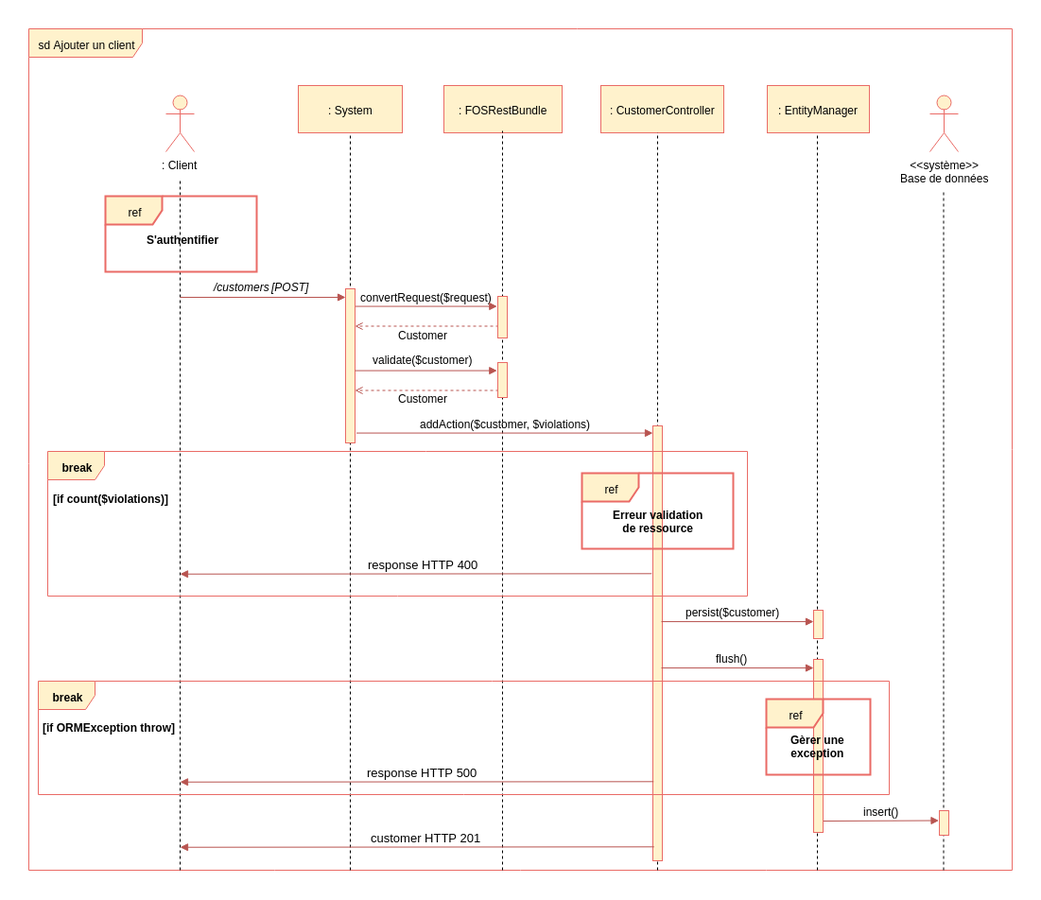
This is Diagrammes/Ajouter_client.png from Thibok/Bilemo, a draw.io export, as it was before one commit. Source tidied: cells renumbered, new cells last; positions are measured from the earlier drawing's top-left corner, leaving out a move shared by most shapes.
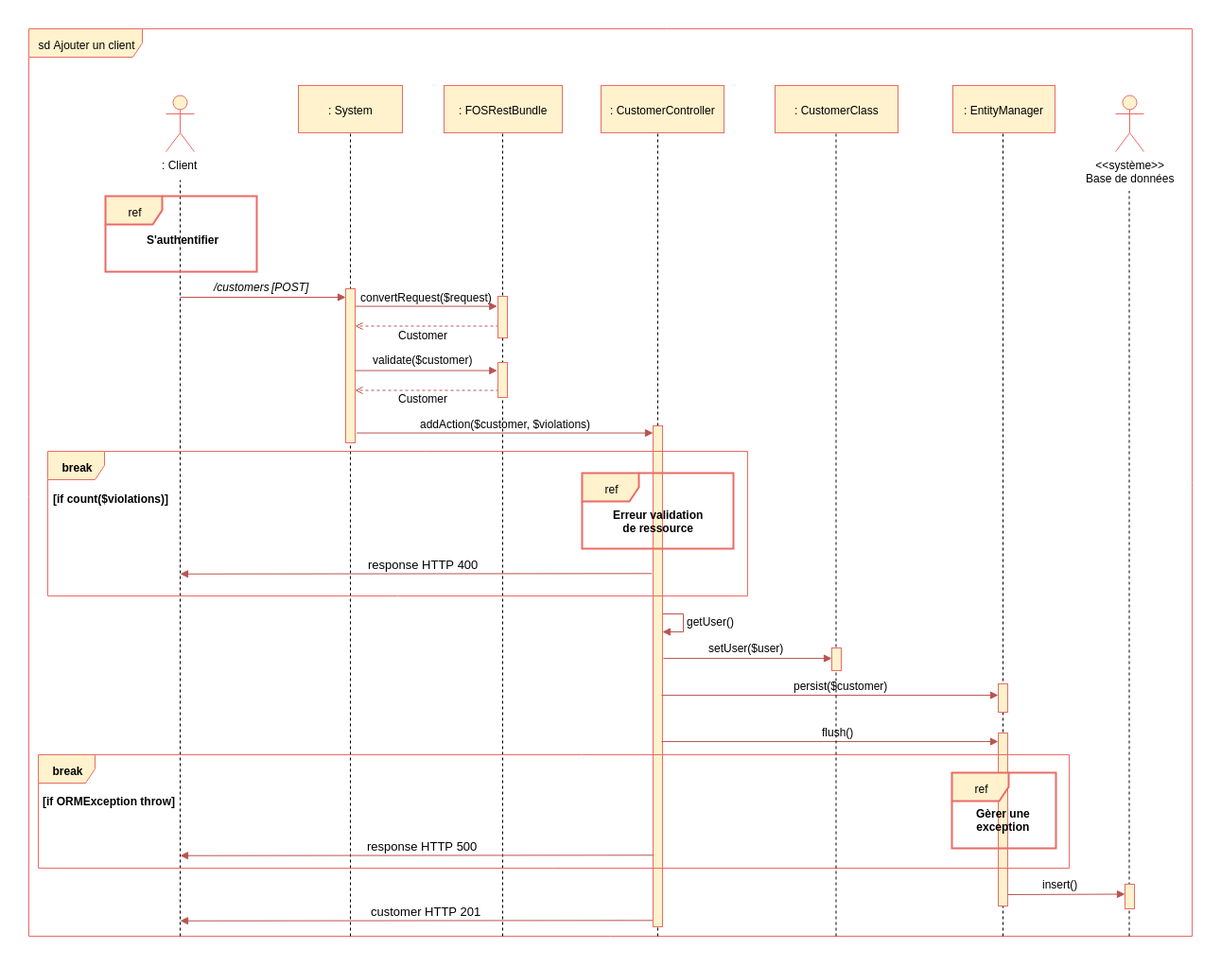
The same diagram one commit later.

Change to the diagram source:
```diff
@@ -2,42 +2,59 @@
   <root>
     <mxCell id="0" />
     <mxCell id="1" parent="0" />
+    <mxCell id="53" style="endArrow=block;html=1;endFill=1;fillColor=#f8cecc;strokeColor=#b85450;exitX=0.178;exitY=0.982;exitPerimeter=0;" parent="1" edge="1">
+      <mxGeometry relative="1" as="geometry">
+        <mxPoint x="661.3" y="943.3" as="sourcePoint" />
+        <mxPoint x="160" y="943.7" as="targetPoint" />
+      </mxGeometry>
+    </mxCell>
+    <mxCell id="57" style="endArrow=block;html=1;endFill=1;fillColor=#f8cecc;strokeColor=#b85450;edgeStyle=orthogonalEdgeStyle;rounded=0;entryX=0.91;entryY=0.18;entryDx=0;entryDy=0;entryPerimeter=0;" parent="1" edge="1">
+      <mxGeometry relative="1" as="geometry">
+        <mxPoint x="669.5" y="610" as="sourcePoint" />
+        <mxPoint x="669.5" y="638" as="targetPoint" />
+        <Array as="points">
+          <mxPoint x="669.5" y="619.4" />
+          <mxPoint x="691.5" y="619.4" />
+          <mxPoint x="691.5" y="638.4" />
+        </Array>
+      </mxGeometry>
+    </mxCell>
     <mxCell id="2" value="sd Ajouter un client" style="shape=umlFrame;whiteSpace=wrap;html=1;width=120;height=30;fillColor=#fff2cc;strokeColor=#EA6B66;" parent="1" vertex="1">
-      <mxGeometry width="1040" height="890" as="geometry" />
+      <mxGeometry width="1230" height="960" as="geometry" />
     </mxCell>
     <mxCell id="3" style="endArrow=none;dashed=1;html=1;entryX=0.5;entryY=1;" parent="1" edge="1">
       <mxGeometry relative="1" as="geometry">
-        <mxPoint x="834" y="890" as="sourcePoint" />
-        <mxPoint x="834" y="102.8" as="targetPoint" />
+        <mxPoint x="1030" y="960" as="sourcePoint" />
+        <mxPoint x="1030" y="102.8" as="targetPoint" />
       </mxGeometry>
     </mxCell>
     <mxCell id="4" style="endArrow=none;dashed=1;html=1;" parent="1" edge="1">
       <mxGeometry relative="1" as="geometry">
-        <mxPoint x="967.5" y="890" as="sourcePoint" />
-        <mxPoint x="967.5" y="171.5" as="targetPoint" />
+        <mxPoint x="1163.5" y="960" as="sourcePoint" />
+        <mxPoint x="1163.5" y="171.5" as="targetPoint" />
       </mxGeometry>
     </mxCell>
     <mxCell id="5" style="endArrow=block;html=1;endFill=1;fillColor=#f8cecc;strokeColor=#b85450;" parent="1" edge="1">
       <mxGeometry relative="1" as="geometry">
-        <mxPoint x="840" y="838" as="sourcePoint" />
-        <mxPoint x="962.5" y="837.5" as="targetPoint" />
+        <mxPoint x="1030" y="916" as="sourcePoint" />
+        <mxPoint x="1159" y="915.5" as="targetPoint" />
       </mxGeometry>
     </mxCell>
     <mxCell id="6" value=": Client" style="shape=umlActor;verticalLabelPosition=bottom;labelBackgroundColor=#ffffff;verticalAlign=top;html=1;fillColor=#fff2cc;strokeColor=#EA6B66;" parent="1" vertex="1">
       <mxGeometry x="145" y="70" width="30" height="60" as="geometry" />
     </mxCell>
     <mxCell id="7" value="&amp;lt;&amp;lt;système&amp;gt;&amp;gt;&lt;br&gt;Base de données&lt;br&gt;" style="shape=umlActor;verticalLabelPosition=bottom;labelBackgroundColor=#ffffff;verticalAlign=top;html=1;fillColor=#fff2cc;strokeColor=#EA6B66;" parent="1" vertex="1">
-      <mxGeometry x="953" y="70" width="30" height="60" as="geometry" />
+      <mxGeometry x="1149" y="70" width="30" height="60" as="geometry" />
     </mxCell>
     <mxCell id="8" style="endArrow=none;dashed=1;html=1;" parent="1" edge="1">
       <mxGeometry relative="1" as="geometry">
-        <mxPoint x="160" y="890" as="sourcePoint" />
+        <mxPoint x="160" y="960" as="sourcePoint" />
         <mxPoint x="160" y="160" as="targetPoint" />
       </mxGeometry>
     </mxCell>
     <mxCell id="9" style="endArrow=none;dashed=1;html=1;entryX=0.5;entryY=1;exitX=0.183;exitY=1.001;exitPerimeter=0;" parent="1" edge="1">
       <mxGeometry relative="1" as="geometry">
-        <mxPoint x="340" y="890" as="sourcePoint" />
+        <mxPoint x="340" y="960" as="sourcePoint" />
         <mxPoint x="340" y="102.8" as="targetPoint" />
       </mxGeometry>
     </mxCell>
@@ -61,7 +78,7 @@
     </mxCell>
     <mxCell id="15" style="endArrow=none;dashed=1;html=1;entryX=0.5;entryY=1;" parent="1" edge="1">
       <mxGeometry relative="1" as="geometry">
-        <mxPoint x="501" y="890" as="sourcePoint" />
+        <mxPoint x="501" y="960" as="sourcePoint" />
         <mxPoint x="501" y="108" as="targetPoint" />
       </mxGeometry>
     </mxCell>
@@ -70,7 +87,7 @@
     </mxCell>
     <mxCell id="17" style="endArrow=none;dashed=1;html=1;entryX=0.5;entryY=1;" parent="1" edge="1">
       <mxGeometry relative="1" as="geometry">
-        <mxPoint x="665" y="890" as="sourcePoint" />
+        <mxPoint x="665" y="960" as="sourcePoint" />
         <mxPoint x="665" y="109.8" as="targetPoint" />
       </mxGeometry>
     </mxCell>
@@ -90,10 +107,10 @@
       <mxGeometry x="496" y="283" width="10" height="44" as="geometry" />
     </mxCell>
     <mxCell id="21" style="html=1;perimeter=orthogonalPerimeter;fillColor=#fff2cc;strokeColor=#EA6B66;" parent="1" vertex="1">
-      <mxGeometry x="963" y="827" width="10" height="26" as="geometry" />
+      <mxGeometry x="1159" y="905" width="10" height="26" as="geometry" />
     </mxCell>
     <mxCell id="22" value="insert()" style="text;html=1;align=left;verticalAlign=top;spacingTop=-4;fontColor=#000000;" parent="1" vertex="1">
-      <mxGeometry x="881" y="819" width="50" height="20" as="geometry" />
+      <mxGeometry x="1070" y="896" width="50" height="20" as="geometry" />
     </mxCell>
     <mxCell id="23" value="ref" style="shape=umlFrame;whiteSpace=wrap;html=1;fillColor=#fff2cc;strokeColor=#EA6B66;strokeWidth=2;" parent="1" vertex="1">
       <mxGeometry x="81" y="177" width="160" height="80" as="geometry" />
@@ -105,13 +122,13 @@
       <mxGeometry x="255" y="264" width="50" height="10" as="geometry" />
     </mxCell>
     <mxCell id="26" value="[if ORMException throw]" style="text;html=1;align=left;verticalAlign=top;spacingTop=-4;fontStyle=1;" parent="1" vertex="1">
-      <mxGeometry x="13" y="729.5" width="140" height="20" as="geometry" />
+      <mxGeometry x="13" y="807.5" width="140" height="20" as="geometry" />
     </mxCell>
     <mxCell id="27" value=": System" style="html=1;fillColor=#fff2cc;strokeColor=#EA6B66;" parent="1" vertex="1">
       <mxGeometry x="285" y="60" width="110" height="50" as="geometry" />
     </mxCell>
     <mxCell id="28" value=": EntityManager" style="html=1;fillColor=#fff2cc;strokeColor=#EA6B66;" parent="1" vertex="1">
-      <mxGeometry x="781" y="60" width="108" height="50" as="geometry" />
+      <mxGeometry x="977" y="60" width="108" height="50" as="geometry" />
     </mxCell>
     <mxCell id="29" value="Customer" style="text;html=1;align=left;verticalAlign=top;spacingTop=-4;" parent="1" vertex="1">
       <mxGeometry x="389" y="315" width="70" height="10" as="geometry" />
@@ -135,7 +152,7 @@
       <mxGeometry x="389" y="382" width="70" height="10" as="geometry" />
     </mxCell>
     <mxCell id="34" style="html=1;perimeter=orthogonalPerimeter;fillColor=#fff2cc;strokeColor=#EA6B66;" parent="1" vertex="1">
-      <mxGeometry x="660" y="420" width="10" height="460" as="geometry" />
+      <mxGeometry x="660" y="420" width="10" height="530" as="geometry" />
     </mxCell>
     <mxCell id="35" style="endArrow=block;html=1;endFill=1;fillColor=#f8cecc;strokeColor=#b85450;entryX=1.027;entryY=1.052;entryPerimeter=0;" parent="1" edge="1">
       <mxGeometry relative="1" as="geometry">
@@ -166,60 +183,78 @@
     </mxCell>
     <mxCell id="42" style="endArrow=block;html=1;endFill=1;fillColor=#f8cecc;strokeColor=#b85450;entryX=1.027;entryY=1.052;entryPerimeter=0;" parent="1" edge="1">
       <mxGeometry relative="1" as="geometry">
-        <mxPoint x="669" y="627.1" as="sourcePoint" />
-        <mxPoint x="830" y="627.1" as="targetPoint" />
+        <mxPoint x="669" y="705.1" as="sourcePoint" />
+        <mxPoint x="1025" y="705.1" as="targetPoint" />
       </mxGeometry>
     </mxCell>
     <mxCell id="43" style="html=1;perimeter=orthogonalPerimeter;fillColor=#fff2cc;strokeColor=#EA6B66;" parent="1" vertex="1">
       <mxGeometry x="496" y="353" width="10" height="37" as="geometry" />
     </mxCell>
     <mxCell id="44" style="html=1;perimeter=orthogonalPerimeter;fillColor=#fff2cc;strokeColor=#EA6B66;" parent="1" vertex="1">
-      <mxGeometry x="830" y="615" width="10" height="30" as="geometry" />
+      <mxGeometry x="1025" y="693" width="10" height="30" as="geometry" />
     </mxCell>
     <mxCell id="45" value="persist($customer)" style="text;html=1;align=left;verticalAlign=top;spacingTop=-4;" parent="1" vertex="1">
-      <mxGeometry x="693" y="608" width="110" height="10" as="geometry" />
+      <mxGeometry x="807" y="686" width="110" height="10" as="geometry" />
     </mxCell>
     <mxCell id="46" style="endArrow=block;html=1;endFill=1;fillColor=#f8cecc;strokeColor=#b85450;entryX=1.027;entryY=1.052;entryPerimeter=0;" parent="1" edge="1">
       <mxGeometry relative="1" as="geometry">
-        <mxPoint x="669" y="676.1" as="sourcePoint" />
-        <mxPoint x="830" y="676.1" as="targetPoint" />
+        <mxPoint x="669" y="754.1" as="sourcePoint" />
+        <mxPoint x="1025" y="754.1" as="targetPoint" />
       </mxGeometry>
     </mxCell>
     <mxCell id="47" style="html=1;perimeter=orthogonalPerimeter;fillColor=#fff2cc;strokeColor=#EA6B66;" parent="1" vertex="1">
-      <mxGeometry x="830" y="667" width="10" height="183" as="geometry" />
+      <mxGeometry x="1025" y="745" width="10" height="183" as="geometry" />
     </mxCell>
     <mxCell id="48" value="flush()" style="text;html=1;align=left;verticalAlign=top;spacingTop=-4;" parent="1" vertex="1">
-      <mxGeometry x="725" y="657" width="50" height="10" as="geometry" />
+      <mxGeometry x="837" y="735" width="50" height="10" as="geometry" />
     </mxCell>
     <mxCell id="49" value="ref" style="shape=umlFrame;whiteSpace=wrap;html=1;fillColor=#fff2cc;strokeColor=#EA6B66;strokeWidth=2;" parent="1" vertex="1">
-      <mxGeometry x="780" y="709" width="110" height="80" as="geometry" />
+      <mxGeometry x="976" y="787" width="110" height="80" as="geometry" />
     </mxCell>
     <mxCell id="50" value="Gèrer une&lt;br&gt;exception&lt;br&gt;" style="text;html=1;align=center;verticalAlign=top;spacingTop=-4;fontStyle=1;" parent="1" vertex="1">
-      <mxGeometry x="799.1" y="742.5" width="70" height="30" as="geometry" />
+      <mxGeometry x="995.1" y="820.5" width="70" height="30" as="geometry" />
     </mxCell>
     <mxCell id="51" style="endArrow=block;html=1;endFill=1;fillColor=#f8cecc;strokeColor=#b85450;exitX=0.178;exitY=0.982;exitPerimeter=0;" parent="1" edge="1">
       <mxGeometry relative="1" as="geometry">
-        <mxPoint x="660.8" y="796.3" as="sourcePoint" />
-        <mxPoint x="160" y="796.7" as="targetPoint" />
+        <mxPoint x="660.8" y="874.3" as="sourcePoint" />
+        <mxPoint x="160" y="874.7" as="targetPoint" />
       </mxGeometry>
     </mxCell>
     <mxCell id="52" value="&lt;font color=&quot;#000000&quot;&gt;response HTTP 500&lt;/font&gt;" style="text;html=1;align=left;verticalAlign=top;spacingTop=-4;fontSize=13;fontColor=#007FFF;" parent="1" vertex="1">
-      <mxGeometry x="356" y="777" width="130" height="20" as="geometry" />
+      <mxGeometry x="356" y="855" width="130" height="20" as="geometry" />
     </mxCell>
-    <mxCell id="53" style="endArrow=block;html=1;endFill=1;fillColor=#f8cecc;strokeColor=#b85450;exitX=0.178;exitY=0.982;exitPerimeter=0;" parent="1" edge="1">
-      <mxGeometry relative="1" as="geometry">
-        <mxPoint x="661.3" y="865.3" as="sourcePoint" />
-        <mxPoint x="160" y="865.7" as="targetPoint" />
-      </mxGeometry>
-    </mxCell>
     <mxCell id="54" value="&lt;font color=&quot;#000000&quot;&gt;customer HTTP 201&lt;/font&gt;" style="text;html=1;align=left;verticalAlign=top;spacingTop=-4;fontSize=13;fontColor=#007FFF;" parent="1" vertex="1">
-      <mxGeometry x="359.5" y="846" width="130" height="20" as="geometry" />
+      <mxGeometry x="359.5" y="924" width="130" height="20" as="geometry" />
     </mxCell>
     <mxCell id="55" value="break" style="shape=umlFrame;whiteSpace=wrap;html=1;fontColor=#000000;fillColor=#fff2cc;strokeColor=#EA6B66;fontStyle=1;" parent="1" vertex="1">
       <mxGeometry x="20" y="447" width="740" height="153" as="geometry" />
     </mxCell>
     <mxCell id="56" value="break" style="shape=umlFrame;whiteSpace=wrap;html=1;fontColor=#000000;fillColor=#fff2cc;strokeColor=#EA6B66;fontStyle=1;" parent="1" vertex="1">
-      <mxGeometry x="10" y="690" width="900" height="120" as="geometry" />
+      <mxGeometry x="10" y="768" width="1090" height="120" as="geometry" />
     </mxCell>
+    <mxCell id="58" value=": CustomerClass" style="html=1;fillColor=#fff2cc;strokeColor=#EA6B66;" parent="1" vertex="1">
+      <mxGeometry x="789" y="60" width="130" height="50" as="geometry" />
+    </mxCell>
+    <mxCell id="59" style="endArrow=none;dashed=1;html=1;entryX=0.5;entryY=1;" parent="1" edge="1">
+      <mxGeometry relative="1" as="geometry">
+        <mxPoint x="853.5" y="960" as="sourcePoint" />
+        <mxPoint x="853.5" y="109.8" as="targetPoint" />
+      </mxGeometry>
+    </mxCell>
+    <mxCell id="60" value="getUser()" style="text;html=1;align=left;verticalAlign=top;spacingTop=-4;" parent="1" vertex="1">
+      <mxGeometry x="694" y="618" width="70" height="10" as="geometry" />
+    </mxCell>
+    <mxCell id="61" style="endArrow=block;html=1;endFill=1;fillColor=#f8cecc;strokeColor=#b85450;entryX=1.027;entryY=1.052;entryPerimeter=0;" parent="1" edge="1">
+      <mxGeometry relative="1" as="geometry">
+        <mxPoint x="671" y="666.1" as="sourcePoint" />
+        <mxPoint x="849" y="666.1" as="targetPoint" />
+      </mxGeometry>
+    </mxCell>
+    <mxCell id="62" style="html=1;perimeter=orthogonalPerimeter;fillColor=#fff2cc;strokeColor=#EA6B66;" parent="1" vertex="1">
+      <mxGeometry x="849" y="655" width="10" height="24" as="geometry" />
+    </mxCell>
+    <mxCell id="63" value="setUser($user)" style="text;html=1;align=left;verticalAlign=top;spacingTop=-4;" parent="1" vertex="1">
+      <mxGeometry x="717" y="646" width="90" height="10" as="geometry" />
+    </mxCell>
   </root>
 </mxGraphModel>
```
